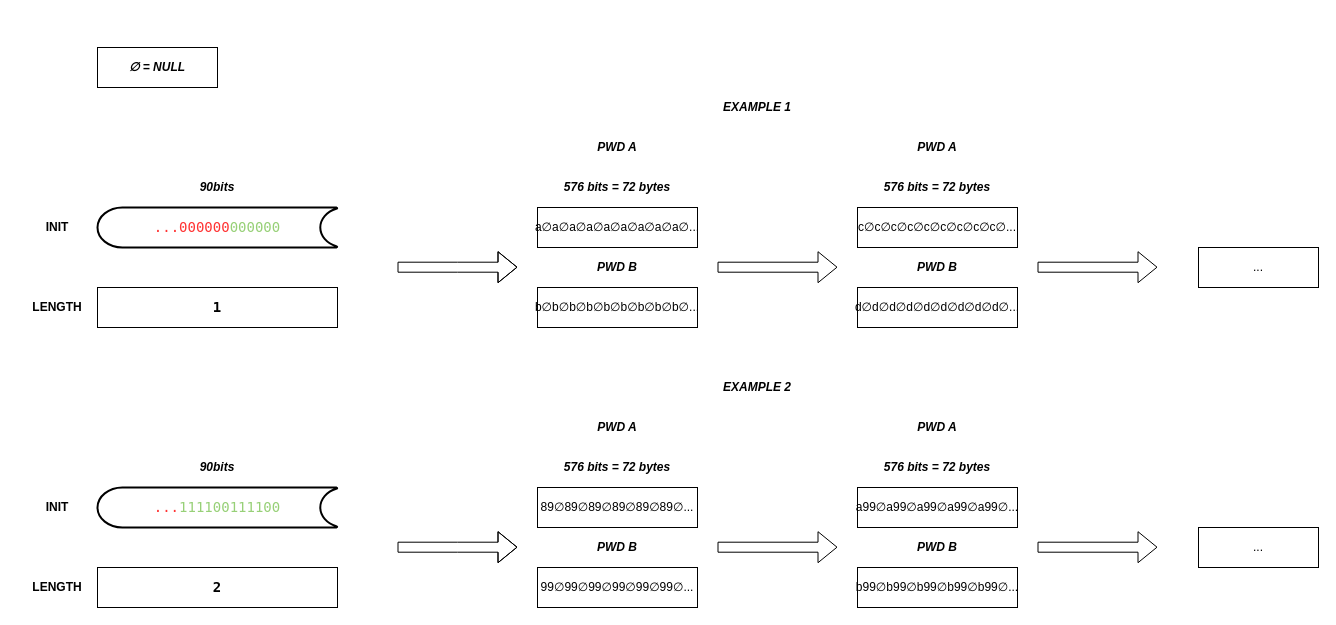
Earlier version of the draw.io diagram page "Examples" (2 of 2) of assets/drawio/pwd_gen.drawio (Djokzer/fpga_bruteforce_attack). Source tidied: cells renumbered, new cells numbered last; positions are measured from the earlier drawing's top-left corner, leaving out a move shared by most shapes. Both pictures are drawn from the tidied source at 100%, with x=0, y=0 at pixel (17, 47).
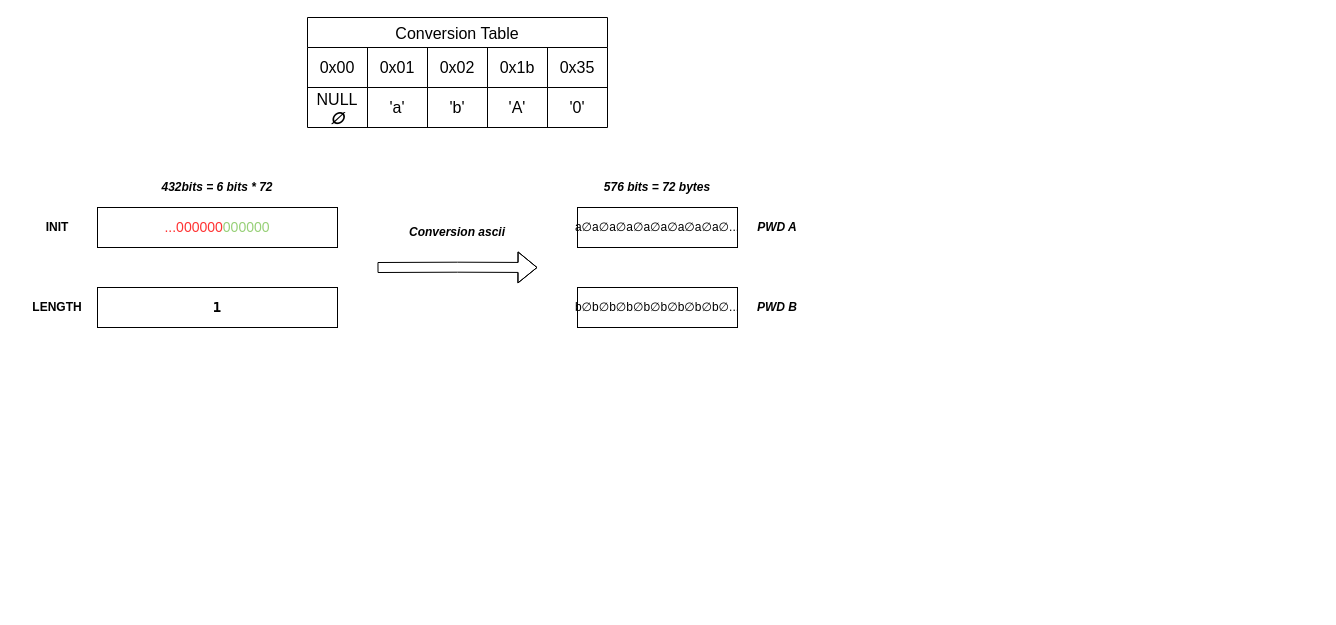
The same page after the edit.

Change to the diagram source:
```diff
@@
-    <mxCell id="2" style="strokeWidth=2;html=1;shape=mxgraph.flowchart.stored_data;whiteSpace=wrap;" parent="1" vertex="1">
-      <mxGeometry x="80" y="160" width="240" height="40" as="geometry" />
-    </mxCell>
-    <mxCell id="3" value="&lt;font color=&quot;#ff3333&quot;&gt;...000000&lt;/font&gt;&lt;font color=&quot;#97d077&quot;&gt;000000&lt;/font&gt;" style="rounded=0;whiteSpace=wrap;html=1;fontSize=14;fontFamily=Lucida Console;fillColor=none;strokeColor=none;" parent="1" vertex="1">
-      <mxGeometry x="80" y="160" width="240" height="40" as="geometry" />
-    </mxCell>
-    <mxCell id="4" value="&lt;b&gt;&lt;i&gt;90bits&lt;/i&gt;&lt;/b&gt;" style="text;html=1;strokeColor=none;fillColor=none;align=center;verticalAlign=middle;whiteSpace=wrap;rounded=0;" parent="1" vertex="1">
+    <mxCell id="4" value="&lt;b&gt;&lt;i&gt;432bits = 6 bits * 72&lt;/i&gt;&lt;/b&gt;" style="text;html=1;strokeColor=none;fillColor=none;align=center;verticalAlign=middle;whiteSpace=wrap;rounded=0;" parent="1" vertex="1">
       <mxGeometry x="80" y="120" width="240" height="40" as="geometry" />
     </mxCell>
@@
-    <mxCell id="8" style="shape=flexArrow;endArrow=classic;html=1;rounded=0;" parent="1" edge="1">
-      <mxGeometry relative="1" as="geometry">
-        <mxPoint x="700" y="219.7" as="sourcePoint" />
-        <mxPoint x="820" y="219.7" as="targetPoint" />
-      </mxGeometry>
-    </mxCell>
     <mxCell id="9" value="a∅a∅a∅a∅a∅a∅a∅a∅a∅..." style="rounded=0;whiteSpace=wrap;html=1;" parent="1" vertex="1">
-      <mxGeometry x="520" y="160" width="160" height="40" as="geometry" />
+      <mxGeometry x="560" y="160" width="160" height="40" as="geometry" />
     </mxCell>
     <mxCell id="10" value="&lt;b&gt;&lt;i&gt;PWD A&lt;br&gt;&lt;/i&gt;&lt;/b&gt;" style="text;html=1;strokeColor=none;fillColor=none;align=center;verticalAlign=middle;whiteSpace=wrap;rounded=0;" parent="1" vertex="1">
-      <mxGeometry x="520" y="80" width="160" height="40" as="geometry" />
+      <mxGeometry x="720" y="160" width="80" height="40" as="geometry" />
     </mxCell>
     <mxCell id="11" value="b∅b∅b∅b∅b∅b∅b∅b∅b∅..." style="rounded=0;whiteSpace=wrap;html=1;" parent="1" vertex="1">
-      <mxGeometry x="520" y="240" width="160" height="40" as="geometry" />
+      <mxGeometry x="560" y="240" width="160" height="40" as="geometry" />
     </mxCell>
     <mxCell id="12" value="&lt;b&gt;&lt;i&gt;PWD B&lt;br&gt;&lt;/i&gt;&lt;/b&gt;" style="text;html=1;strokeColor=none;fillColor=none;align=center;verticalAlign=middle;whiteSpace=wrap;rounded=0;" parent="1" vertex="1">
-      <mxGeometry x="520" y="200" width="160" height="40" as="geometry" />
+      <mxGeometry x="720" y="240" width="80" height="40" as="geometry" />
     </mxCell>
-    <mxCell id="13" value="&lt;b&gt;&lt;i&gt;EXAMPLE 1&lt;br&gt;&lt;/i&gt;&lt;/b&gt;" style="text;html=1;strokeColor=none;fillColor=none;align=center;verticalAlign=middle;whiteSpace=wrap;rounded=0;" parent="1" vertex="1">
-      <mxGeometry x="360" y="40" width="760" height="40" as="geometry" />
-    </mxCell>
-    <mxCell id="14" value="c∅c∅c∅c∅c∅c∅c∅c∅c∅..." style="rounded=0;whiteSpace=wrap;html=1;" parent="1" vertex="1">
-      <mxGeometry x="840" y="160" width="160" height="40" as="geometry" />
-    </mxCell>
-    <mxCell id="15" value="&lt;b&gt;&lt;i&gt;PWD A&lt;br&gt;&lt;/i&gt;&lt;/b&gt;" style="text;html=1;strokeColor=none;fillColor=none;align=center;verticalAlign=middle;whiteSpace=wrap;rounded=0;" parent="1" vertex="1">
-      <mxGeometry x="840" y="80" width="160" height="40" as="geometry" />
-    </mxCell>
-    <mxCell id="16" value="d∅d∅d∅d∅d∅d∅d∅d∅d∅..." style="rounded=0;whiteSpace=wrap;html=1;" parent="1" vertex="1">
-      <mxGeometry x="840" y="240" width="160" height="40" as="geometry" />
-    </mxCell>
-    <mxCell id="17" value="&lt;b&gt;&lt;i&gt;PWD B&lt;br&gt;&lt;/i&gt;&lt;/b&gt;" style="text;html=1;strokeColor=none;fillColor=none;align=center;verticalAlign=middle;whiteSpace=wrap;rounded=0;" parent="1" vertex="1">
-      <mxGeometry x="840" y="200" width="160" height="40" as="geometry" />
-    </mxCell>
     <mxCell id="18" style="shape=flexArrow;endArrow=classic;html=1;rounded=0;" parent="1" edge="1">
       <mxGeometry relative="1" as="geometry">
-        <mxPoint x="380" y="219.7" as="sourcePoint" />
-        <mxPoint x="500" y="219.7" as="targetPoint" />
+        <mxPoint x="360" y="220" as="sourcePoint" />
+        <mxPoint x="520" y="220" as="targetPoint" />
         <Array as="points">
           <mxPoint x="440" y="219.7" />
         </Array>
       </mxGeometry>
     </mxCell>
-    <mxCell id="19" style="shape=flexArrow;endArrow=classic;html=1;rounded=0;" parent="1" edge="1">
-      <mxGeometry relative="1" as="geometry">
-        <mxPoint x="1020" y="219.7" as="sourcePoint" />
-        <mxPoint x="1140" y="219.7" as="targetPoint" />
-      </mxGeometry>
-    </mxCell>
-    <mxCell id="20" value="..." style="rounded=0;whiteSpace=wrap;html=1;" parent="1" vertex="1">
-      <mxGeometry x="1181" y="200" width="120" height="40" as="geometry" />
-    </mxCell>
-    <mxCell id="21" value="&lt;b&gt;&lt;i&gt;∅ = NULL&lt;/i&gt;&lt;/b&gt;" style="rounded=0;whiteSpace=wrap;html=1;" parent="1" vertex="1">
-      <mxGeometry x="80" width="120" height="40" as="geometry" />
-    </mxCell>
-    <mxCell id="22" style="strokeWidth=2;html=1;shape=mxgraph.flowchart.stored_data;whiteSpace=wrap;" parent="1" vertex="1">
-      <mxGeometry x="80" y="440" width="240" height="40" as="geometry" />
-    </mxCell>
-    <mxCell id="23" value="&lt;font color=&quot;#ff3333&quot;&gt;...&lt;/font&gt;&lt;font color=&quot;#97d077&quot;&gt;111100&lt;/font&gt;&lt;font color=&quot;#97d077&quot;&gt;111100&lt;/font&gt;" style="rounded=0;whiteSpace=wrap;html=1;fontSize=14;fontFamily=Lucida Console;fillColor=none;strokeColor=none;" parent="1" vertex="1">
-      <mxGeometry x="80" y="440" width="240" height="40" as="geometry" />
-    </mxCell>
-    <mxCell id="24" value="&lt;b&gt;&lt;i&gt;90bits&lt;/i&gt;&lt;/b&gt;" style="text;html=1;strokeColor=none;fillColor=none;align=center;verticalAlign=middle;whiteSpace=wrap;rounded=0;" parent="1" vertex="1">
-      <mxGeometry x="80" y="400" width="240" height="40" as="geometry" />
-    </mxCell>
-    <mxCell id="25" value="INIT" style="text;html=1;strokeColor=none;fillColor=none;align=center;verticalAlign=middle;whiteSpace=wrap;rounded=0;fontFamily=Helvetica;fontStyle=1;" parent="1" vertex="1">
-      <mxGeometry y="440" width="80" height="40" as="geometry" />
-    </mxCell>
-    <mxCell id="26" value="LENGTH" style="text;html=1;strokeColor=none;fillColor=none;align=center;verticalAlign=middle;whiteSpace=wrap;rounded=0;fontFamily=Helvetica;fontStyle=1;" parent="1" vertex="1">
-      <mxGeometry y="520" width="80" height="40" as="geometry" />
-    </mxCell>
-    <mxCell id="27" value="&lt;font face=&quot;Lucida Console&quot; style=&quot;font-size: 14px;&quot;&gt;&lt;b style=&quot;font-size: 14px;&quot;&gt;2&lt;/b&gt;&lt;/font&gt;" style="rounded=0;whiteSpace=wrap;html=1;fontSize=14;" parent="1" vertex="1">
-      <mxGeometry x="80" y="520" width="240" height="40" as="geometry" />
-    </mxCell>
-    <mxCell id="28" style="shape=flexArrow;endArrow=classic;html=1;rounded=0;" parent="1" edge="1">
-      <mxGeometry relative="1" as="geometry">
-        <mxPoint x="700" y="499.7" as="sourcePoint" />
-        <mxPoint x="820" y="499.7" as="targetPoint" />
-      </mxGeometry>
-    </mxCell>
-    <mxCell id="29" value="99∅99∅99∅99∅99∅99∅..." style="rounded=0;whiteSpace=wrap;html=1;" parent="1" vertex="1">
-      <mxGeometry x="520" y="520" width="160" height="40" as="geometry" />
-    </mxCell>
-    <mxCell id="30" value="&lt;b&gt;&lt;i&gt;PWD A&lt;br&gt;&lt;/i&gt;&lt;/b&gt;" style="text;html=1;strokeColor=none;fillColor=none;align=center;verticalAlign=middle;whiteSpace=wrap;rounded=0;" parent="1" vertex="1">
-      <mxGeometry x="520" y="360" width="160" height="40" as="geometry" />
-    </mxCell>
-    <mxCell id="31" value="89∅89∅89∅89∅89∅89∅..." style="rounded=0;whiteSpace=wrap;html=1;" parent="1" vertex="1">
-      <mxGeometry x="520" y="440" width="160" height="40" as="geometry" />
-    </mxCell>
-    <mxCell id="32" value="&lt;b&gt;&lt;i&gt;PWD B&lt;br&gt;&lt;/i&gt;&lt;/b&gt;" style="text;html=1;strokeColor=none;fillColor=none;align=center;verticalAlign=middle;whiteSpace=wrap;rounded=0;" parent="1" vertex="1">
-      <mxGeometry x="520" y="480" width="160" height="40" as="geometry" />
-    </mxCell>
-    <mxCell id="33" value="&lt;b&gt;&lt;i&gt;EXAMPLE 2&lt;br&gt;&lt;/i&gt;&lt;/b&gt;" style="text;html=1;strokeColor=none;fillColor=none;align=center;verticalAlign=middle;whiteSpace=wrap;rounded=0;" parent="1" vertex="1">
-      <mxGeometry x="360" y="320" width="760" height="40" as="geometry" />
-    </mxCell>
-    <mxCell id="34" value="a99∅a99∅a99∅a99∅a99∅..." style="rounded=0;whiteSpace=wrap;html=1;" parent="1" vertex="1">
-      <mxGeometry x="840" y="440" width="160" height="40" as="geometry" />
-    </mxCell>
-    <mxCell id="35" value="&lt;b&gt;&lt;i&gt;PWD A&lt;br&gt;&lt;/i&gt;&lt;/b&gt;" style="text;html=1;strokeColor=none;fillColor=none;align=center;verticalAlign=middle;whiteSpace=wrap;rounded=0;" parent="1" vertex="1">
-      <mxGeometry x="840" y="360" width="160" height="40" as="geometry" />
-    </mxCell>
-    <mxCell id="36" value="b99∅b99∅b99∅b99∅b99∅..." style="rounded=0;whiteSpace=wrap;html=1;" parent="1" vertex="1">
-      <mxGeometry x="840" y="520" width="160" height="40" as="geometry" />
-    </mxCell>
-    <mxCell id="37" value="&lt;b&gt;&lt;i&gt;PWD B&lt;br&gt;&lt;/i&gt;&lt;/b&gt;" style="text;html=1;strokeColor=none;fillColor=none;align=center;verticalAlign=middle;whiteSpace=wrap;rounded=0;" parent="1" vertex="1">
-      <mxGeometry x="840" y="480" width="160" height="40" as="geometry" />
-    </mxCell>
-    <mxCell id="38" style="shape=flexArrow;endArrow=classic;html=1;rounded=0;" parent="1" edge="1">
-      <mxGeometry relative="1" as="geometry">
-        <mxPoint x="380" y="499.7" as="sourcePoint" />
-        <mxPoint x="500" y="499.7" as="targetPoint" />
-        <Array as="points">
-          <mxPoint x="440" y="499.7" />
-        </Array>
-      </mxGeometry>
-    </mxCell>
-    <mxCell id="39" style="shape=flexArrow;endArrow=classic;html=1;rounded=0;" parent="1" edge="1">
-      <mxGeometry relative="1" as="geometry">
-        <mxPoint x="1020" y="499.7" as="sourcePoint" />
-        <mxPoint x="1140" y="499.7" as="targetPoint" />
-      </mxGeometry>
-    </mxCell>
-    <mxCell id="40" value="..." style="rounded=0;whiteSpace=wrap;html=1;" parent="1" vertex="1">
-      <mxGeometry x="1181" y="480" width="120" height="40" as="geometry" />
-    </mxCell>
     <mxCell id="41" value="&lt;b&gt;&lt;i&gt;576 bits = 72 bytes&lt;br&gt;&lt;/i&gt;&lt;/b&gt;" style="text;html=1;strokeColor=none;fillColor=none;align=center;verticalAlign=middle;whiteSpace=wrap;rounded=0;" parent="1" vertex="1">
-      <mxGeometry x="520" y="120" width="160" height="40" as="geometry" />
+      <mxGeometry x="560" y="120" width="160" height="40" as="geometry" />
     </mxCell>
-    <mxCell id="42" value="&lt;b&gt;&lt;i&gt;576 bits = 72 bytes&lt;br&gt;&lt;/i&gt;&lt;/b&gt;" style="text;html=1;strokeColor=none;fillColor=none;align=center;verticalAlign=middle;whiteSpace=wrap;rounded=0;" parent="1" vertex="1">
-      <mxGeometry x="840" y="120" width="160" height="40" as="geometry" />
-    </mxCell>
-    <mxCell id="43" value="&lt;b&gt;&lt;i&gt;576 bits = 72 bytes&lt;br&gt;&lt;/i&gt;&lt;/b&gt;" style="text;html=1;strokeColor=none;fillColor=none;align=center;verticalAlign=middle;whiteSpace=wrap;rounded=0;" parent="1" vertex="1">
-      <mxGeometry x="520" y="400" width="160" height="40" as="geometry" />
-    </mxCell>
-    <mxCell id="44" value="&lt;b&gt;&lt;i&gt;576 bits = 72 bytes&lt;br&gt;&lt;/i&gt;&lt;/b&gt;" style="text;html=1;strokeColor=none;fillColor=none;align=center;verticalAlign=middle;whiteSpace=wrap;rounded=0;" parent="1" vertex="1">
-      <mxGeometry x="840" y="400" width="160" height="40" as="geometry" />
-    </mxCell>
+    <mxCell id="45" value="Conversion ascii" style="rounded=0;whiteSpace=wrap;html=1;fillColor=none;strokeColor=none;fontStyle=3;" parent="1" vertex="1">
+      <mxGeometry x="360" y="170" width="160" height="30" as="geometry" />
+    </mxCell>
+    <mxCell id="3" value="&lt;font style=&quot;font-size: 14px;&quot; color=&quot;#ff3333&quot;&gt;...000000&lt;/font&gt;&lt;font style=&quot;font-size: 14px;&quot; color=&quot;#97d077&quot;&gt;000000&lt;/font&gt;" style="rounded=0;whiteSpace=wrap;html=1;fontSize=14;" parent="1" vertex="1">
+      <mxGeometry x="80" y="160" width="240" height="40" as="geometry" />
+    </mxCell>
+    <mxCell id="46" value="Conversion Table" style="shape=table;startSize=30;childLayout=tableLayout;strokeColor=default;fontSize=16;" parent="1" vertex="1">
+      <mxGeometry x="290" y="-30" width="300" height="110" as="geometry" />
+    </mxCell>
+    <mxCell id="47" style="shape=tableRow;horizontal=0;startSize=0;swimlaneHead=0;swimlaneBody=0;strokeColor=inherit;top=0;left=0;bottom=0;right=0;fillColor=none;fontSize=16;" parent="46" vertex="1">
+      <mxGeometry y="30" width="300" height="40" as="geometry" />
+    </mxCell>
+    <mxCell id="48" value="0x00" style="shape=partialRectangle;html=1;whiteSpace=wrap;strokeColor=inherit;overflow=hidden;fillColor=none;top=0;left=0;bottom=0;right=0;fontSize=16;" parent="47" vertex="1">
+      <mxGeometry width="60" height="40" as="geometry" />
+    </mxCell>
+    <mxCell id="49" value="0x01" style="shape=partialRectangle;html=1;whiteSpace=wrap;strokeColor=inherit;overflow=hidden;fillColor=none;top=0;left=0;bottom=0;right=0;fontSize=16;" parent="47" vertex="1">
+      <mxGeometry x="60" width="60" height="40" as="geometry" />
+    </mxCell>
+    <mxCell id="50" value="0x02" style="shape=partialRectangle;html=1;whiteSpace=wrap;strokeColor=inherit;overflow=hidden;fillColor=none;top=0;left=0;bottom=0;right=0;fontSize=16;" parent="47" vertex="1">
+      <mxGeometry x="120" width="60" height="40" as="geometry" />
+    </mxCell>
+    <mxCell id="51" value="0x1b" style="shape=partialRectangle;html=1;whiteSpace=wrap;strokeColor=inherit;overflow=hidden;fillColor=none;top=0;left=0;bottom=0;right=0;fontSize=16;" parent="47" vertex="1">
+      <mxGeometry x="180" width="60" height="40" as="geometry" />
+    </mxCell>
+    <mxCell id="52" value="0x35" style="shape=partialRectangle;html=1;whiteSpace=wrap;strokeColor=inherit;overflow=hidden;fillColor=none;top=0;left=0;bottom=0;right=0;fontSize=16;" parent="47" vertex="1">
+      <mxGeometry x="240" width="60" height="40" as="geometry" />
+    </mxCell>
+    <mxCell id="53" style="shape=tableRow;horizontal=0;startSize=0;swimlaneHead=0;swimlaneBody=0;strokeColor=inherit;top=0;left=0;bottom=0;right=0;fillColor=none;fontSize=16;" parent="46" vertex="1">
+      <mxGeometry y="70" width="300" height="40" as="geometry" />
+    </mxCell>
+    <mxCell id="54" value="&lt;div&gt;NULL&lt;/div&gt;&lt;div&gt;&lt;b&gt;&lt;i&gt;∅ &lt;/i&gt;&lt;/b&gt;&lt;/div&gt;" style="shape=partialRectangle;html=1;whiteSpace=wrap;strokeColor=inherit;overflow=hidden;fillColor=none;top=0;left=0;bottom=0;right=0;fontSize=16;" parent="53" vertex="1">
+      <mxGeometry width="60" height="40" as="geometry" />
+    </mxCell>
+    <mxCell id="55" value="'a'" style="shape=partialRectangle;html=1;whiteSpace=wrap;strokeColor=inherit;overflow=hidden;fillColor=none;top=0;left=0;bottom=0;right=0;fontSize=16;" parent="53" vertex="1">
+      <mxGeometry x="60" width="60" height="40" as="geometry" />
+    </mxCell>
+    <mxCell id="56" value="'b'" style="shape=partialRectangle;html=1;whiteSpace=wrap;strokeColor=inherit;overflow=hidden;fillColor=none;top=0;left=0;bottom=0;right=0;fontSize=16;" parent="53" vertex="1">
+      <mxGeometry x="120" width="60" height="40" as="geometry" />
+    </mxCell>
+    <mxCell id="57" value="'A'" style="shape=partialRectangle;html=1;whiteSpace=wrap;strokeColor=inherit;overflow=hidden;fillColor=none;top=0;left=0;bottom=0;right=0;fontSize=16;" parent="53" vertex="1">
+      <mxGeometry x="180" width="60" height="40" as="geometry" />
+    </mxCell>
+    <mxCell id="58" value="'0'" style="shape=partialRectangle;html=1;whiteSpace=wrap;strokeColor=inherit;overflow=hidden;fillColor=none;top=0;left=0;bottom=0;right=0;fontSize=16;" parent="53" vertex="1">
+      <mxGeometry x="240" width="60" height="40" as="geometry" />
+    </mxCell>
```
